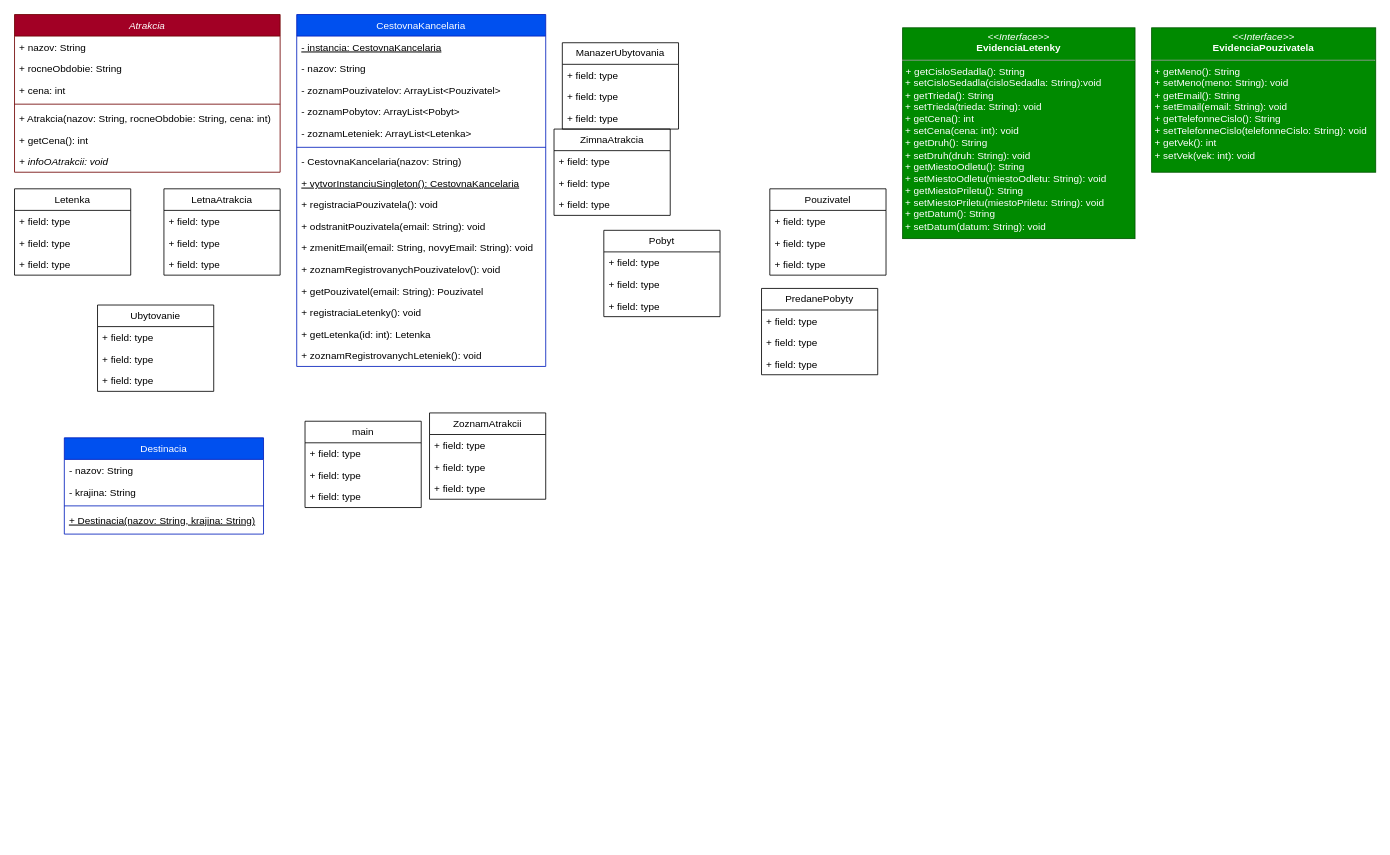
The draw.io diagram src/zadanie/Cestovna_kancelaria.drawio in Marek243-sk/ZadanieANIS2, before the edit. Source tidied: cells renumbered, new cells numbered last; positions are measured from the earlier drawing's top-left corner, leaving out a move shared by most shapes. Both pictures are drawn from the tidied source at 83%, with x=0, y=0 at pixel (14, 14).
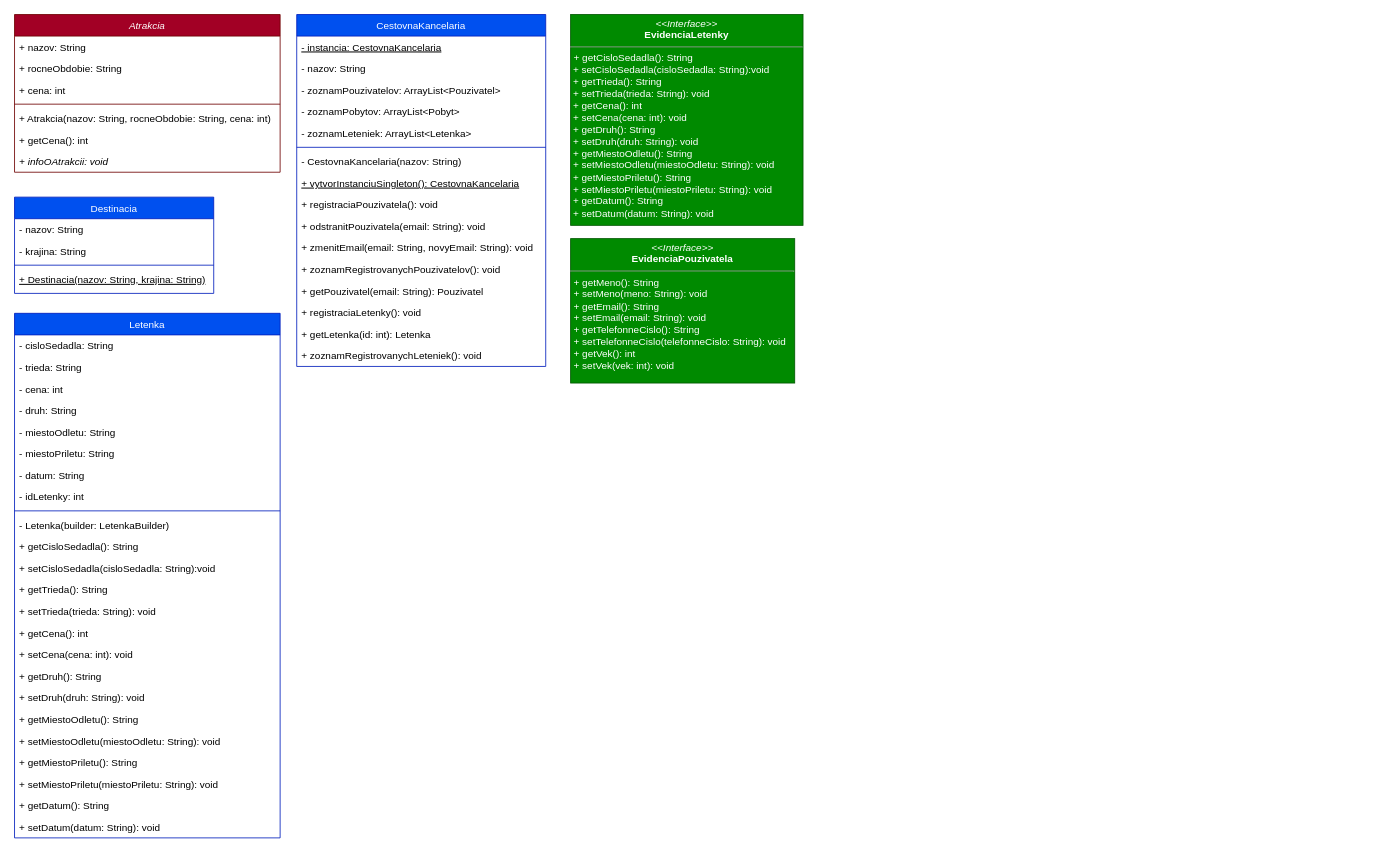
The same page after the edit.

Diff of the diagram source:
```diff
@@
     <mxCell id="10" value="Destinacia" style="swimlane;fontStyle=0;align=center;verticalAlign=top;horizontal=1;startSize=26;rounded=0;shadow=0;strokeWidth=1;fillColor=#0050ef;fontColor=#ffffff;strokeColor=#001DBC;" parent="1" vertex="1">
-      <mxGeometry x="60" y="510" width="240" height="116" as="geometry" />
+      <mxGeometry y="220" width="240" height="116" as="geometry" />
     </mxCell>
@@
     <mxCell id="32" value="&lt;p style=&quot;margin:0px;margin-top:4px;text-align:center;&quot;&gt;&lt;i&gt;&amp;lt;&amp;lt;Interface&amp;gt;&amp;gt;&lt;/i&gt;&lt;br&gt;&lt;b&gt;EvidenciaPouzivatela&lt;/b&gt;&lt;/p&gt;&lt;hr size=&quot;1&quot;&gt;&lt;p style=&quot;margin:0px;margin-left:4px;&quot;&gt;+ getMeno(): String&lt;br&gt;+ setMeno(meno: String): void&lt;/p&gt;&lt;p style=&quot;margin:0px;margin-left:4px;&quot;&gt;+ getEmail(): String&lt;/p&gt;&lt;p style=&quot;margin:0px;margin-left:4px;&quot;&gt;+ setEmail(email: String): void&lt;/p&gt;&lt;p style=&quot;margin:0px;margin-left:4px;&quot;&gt;+ getTelefonneCislo(): String&lt;/p&gt;&lt;p style=&quot;margin:0px;margin-left:4px;&quot;&gt;+ setTelefonneCislo(telefonneCislo: String): void&lt;/p&gt;&lt;p style=&quot;margin:0px;margin-left:4px;&quot;&gt;+ getVek(): int&lt;/p&gt;&lt;p style=&quot;margin:0px;margin-left:4px;&quot;&gt;+ setVek(vek: int): void&lt;/p&gt;" style="verticalAlign=top;align=left;overflow=fill;fontSize=12;fontFamily=Helvetica;html=1;whiteSpace=wrap;fillColor=#008a00;fontColor=#ffffff;strokeColor=#005700;" parent="1" vertex="1">
-      <mxGeometry x="1370" y="16" width="270" height="174" as="geometry" />
+      <mxGeometry x="670" y="270" width="270" height="174" as="geometry" />
     </mxCell>
     <mxCell id="33" value="&lt;p style=&quot;margin:0px;margin-top:4px;text-align:center;&quot;&gt;&lt;i&gt;&amp;lt;&amp;lt;Interface&amp;gt;&amp;gt;&lt;/i&gt;&lt;br&gt;&lt;b&gt;EvidenciaLetenky&lt;/b&gt;&lt;/p&gt;&lt;hr size=&quot;1&quot;&gt;&lt;p style=&quot;margin:0px;margin-left:4px;&quot;&gt;&lt;/p&gt;&lt;p style=&quot;margin:0px;margin-left:4px;&quot;&gt;+ getCisloSedadla(): String&lt;br&gt;&lt;/p&gt;&lt;div&gt;&amp;nbsp;+ setCisloSedadla(cisloSedadla: String):void&lt;/div&gt;&lt;div&gt;&amp;nbsp;+ getTrieda(): String&lt;/div&gt;&lt;div&gt;&amp;nbsp;+ setTrieda(trieda: String): void&lt;/div&gt;&lt;div&gt;&amp;nbsp;+ getCena(): int&lt;/div&gt;&lt;div&gt;&amp;nbsp;+ setCena(cena: int): void&lt;/div&gt;&lt;div&gt;&amp;nbsp;+ getDruh(): String&lt;/div&gt;&lt;div&gt;&amp;nbsp;+ setDruh(druh: String): void&lt;/div&gt;&lt;div&gt;&amp;nbsp;+ getMiestoOdletu(): String&lt;/div&gt;&lt;div&gt;&amp;nbsp;+ setMiestoOdletu(miestoOdletu: String): void&lt;/div&gt;&lt;div&gt;&amp;nbsp;+ getMiestoPriletu(): String&lt;/div&gt;&lt;div&gt;&amp;nbsp;+ setMiestoPriletu(miestoPriletu: String): void&lt;/div&gt;&lt;div&gt;&amp;nbsp;+ getDatum(): String&lt;/div&gt;&lt;div&gt;&amp;nbsp;+ setDatum(datum: String): void&lt;/div&gt;" style="verticalAlign=top;align=left;overflow=fill;fontSize=12;fontFamily=Helvetica;html=1;whiteSpace=wrap;fillColor=#008a00;fontColor=#ffffff;strokeColor=#005700;" parent="1" vertex="1">
-      <mxGeometry x="1070" y="16" width="280" height="254" as="geometry" />
+      <mxGeometry x="670" width="280" height="254" as="geometry" />
     </mxCell>
-    <mxCell id="34" value="Letenka" style="swimlane;fontStyle=0;horizontal=1;startSize=26;fillColor=none;whiteSpace=wrap;html=1;" parent="1" vertex="1">
-      <mxGeometry y="210" width="140" height="104" as="geometry" />
+    <mxCell id="34" value="Letenka" style="swimlane;fontStyle=0;align=center;verticalAlign=top;horizontal=1;startSize=26;rounded=0;shadow=0;strokeWidth=1;fillColor=#0050ef;fontColor=#ffffff;strokeColor=#001DBC;" parent="1" vertex="1">
+      <mxGeometry y="360" width="320" height="632" as="geometry" />
     </mxCell>
-    <mxCell id="35" value="+ field: type" style="text;strokeColor=none;fillColor=none;align=left;verticalAlign=top;spacingLeft=4;spacingRight=4;overflow=hidden;whiteSpace=wrap;html=1;" parent="34" vertex="1">
-      <mxGeometry y="26" width="140" height="26" as="geometry" />
-    </mxCell>
-    <mxCell id="36" value="+ field: type" style="text;strokeColor=none;fillColor=none;align=left;verticalAlign=top;spacingLeft=4;spacingRight=4;overflow=hidden;whiteSpace=wrap;html=1;" parent="34" vertex="1">
-      <mxGeometry y="52" width="140" height="26" as="geometry" />
-    </mxCell>
-    <mxCell id="37" value="+ field: type" style="text;strokeColor=none;fillColor=none;align=left;verticalAlign=top;spacingLeft=4;spacingRight=4;overflow=hidden;whiteSpace=wrap;html=1;" parent="34" vertex="1">
-      <mxGeometry y="78" width="140" height="26" as="geometry" />
-    </mxCell>
-    <mxCell id="38" value="LetnaAtrakcia" style="swimlane;fontStyle=0;horizontal=1;startSize=26;fillColor=none;whiteSpace=wrap;html=1;" parent="1" vertex="1">
-      <mxGeometry x="180" y="210" width="140" height="104" as="geometry" />
-    </mxCell>
-    <mxCell id="39" value="+ field: type" style="text;strokeColor=none;fillColor=none;align=left;verticalAlign=top;spacingLeft=4;spacingRight=4;overflow=hidden;whiteSpace=wrap;html=1;" parent="38" vertex="1">
-      <mxGeometry y="26" width="140" height="26" as="geometry" />
-    </mxCell>
-    <mxCell id="40" value="+ field: type" style="text;strokeColor=none;fillColor=none;align=left;verticalAlign=top;spacingLeft=4;spacingRight=4;overflow=hidden;whiteSpace=wrap;html=1;" parent="38" vertex="1">
-      <mxGeometry y="52" width="140" height="26" as="geometry" />
-    </mxCell>
-    <mxCell id="41" value="+ field: type" style="text;strokeColor=none;fillColor=none;align=left;verticalAlign=top;spacingLeft=4;spacingRight=4;overflow=hidden;whiteSpace=wrap;html=1;" parent="38" vertex="1">
-      <mxGeometry y="78" width="140" height="26" as="geometry" />
-    </mxCell>
-    <mxCell id="42" value="ZimnaAtrakcia" style="swimlane;fontStyle=0;horizontal=1;startSize=26;fillColor=none;whiteSpace=wrap;html=1;" parent="1" vertex="1">
-      <mxGeometry x="650" y="138" width="140" height="104" as="geometry" />
-    </mxCell>
-    <mxCell id="43" value="+ field: type" style="text;strokeColor=none;fillColor=none;align=left;verticalAlign=top;spacingLeft=4;spacingRight=4;overflow=hidden;whiteSpace=wrap;html=1;" parent="42" vertex="1">
-      <mxGeometry y="26" width="140" height="26" as="geometry" />
-    </mxCell>
-    <mxCell id="44" value="+ field: type" style="text;strokeColor=none;fillColor=none;align=left;verticalAlign=top;spacingLeft=4;spacingRight=4;overflow=hidden;whiteSpace=wrap;html=1;" parent="42" vertex="1">
-      <mxGeometry y="52" width="140" height="26" as="geometry" />
-    </mxCell>
-    <mxCell id="45" value="+ field: type" style="text;strokeColor=none;fillColor=none;align=left;verticalAlign=top;spacingLeft=4;spacingRight=4;overflow=hidden;whiteSpace=wrap;html=1;" parent="42" vertex="1">
-      <mxGeometry y="78" width="140" height="26" as="geometry" />
-    </mxCell>
-    <mxCell id="46" value="ManazerUbytovania" style="swimlane;fontStyle=0;horizontal=1;startSize=26;fillColor=none;whiteSpace=wrap;html=1;" parent="1" vertex="1">
-      <mxGeometry x="660" y="34" width="140" height="104" as="geometry" />
-    </mxCell>
-    <mxCell id="47" value="+ field: type" style="text;strokeColor=none;fillColor=none;align=left;verticalAlign=top;spacingLeft=4;spacingRight=4;overflow=hidden;whiteSpace=wrap;html=1;" parent="46" vertex="1">
-      <mxGeometry y="26" width="140" height="26" as="geometry" />
-    </mxCell>
-    <mxCell id="48" value="+ field: type" style="text;strokeColor=none;fillColor=none;align=left;verticalAlign=top;spacingLeft=4;spacingRight=4;overflow=hidden;whiteSpace=wrap;html=1;" parent="46" vertex="1">
-      <mxGeometry y="52" width="140" height="26" as="geometry" />
-    </mxCell>
-    <mxCell id="49" value="+ field: type" style="text;strokeColor=none;fillColor=none;align=left;verticalAlign=top;spacingLeft=4;spacingRight=4;overflow=hidden;whiteSpace=wrap;html=1;" parent="46" vertex="1">
-      <mxGeometry y="78" width="140" height="26" as="geometry" />
-    </mxCell>
-    <mxCell id="50" value="Pobyt" style="swimlane;fontStyle=0;horizontal=1;startSize=26;fillColor=none;whiteSpace=wrap;html=1;" parent="1" vertex="1">
-      <mxGeometry x="710" y="260" width="140" height="104" as="geometry" />
-    </mxCell>
-    <mxCell id="51" value="+ field: type" style="text;strokeColor=none;fillColor=none;align=left;verticalAlign=top;spacingLeft=4;spacingRight=4;overflow=hidden;whiteSpace=wrap;html=1;" parent="50" vertex="1">
-      <mxGeometry y="26" width="140" height="26" as="geometry" />
-    </mxCell>
-    <mxCell id="52" value="+ field: type" style="text;strokeColor=none;fillColor=none;align=left;verticalAlign=top;spacingLeft=4;spacingRight=4;overflow=hidden;whiteSpace=wrap;html=1;" parent="50" vertex="1">
-      <mxGeometry y="52" width="140" height="26" as="geometry" />
-    </mxCell>
-    <mxCell id="53" value="+ field: type" style="text;strokeColor=none;fillColor=none;align=left;verticalAlign=top;spacingLeft=4;spacingRight=4;overflow=hidden;whiteSpace=wrap;html=1;" parent="50" vertex="1">
-      <mxGeometry y="78" width="140" height="26" as="geometry" />
-    </mxCell>
-    <mxCell id="54" value="Pouzivatel" style="swimlane;fontStyle=0;horizontal=1;startSize=26;fillColor=none;whiteSpace=wrap;html=1;" parent="1" vertex="1">
-      <mxGeometry x="910" y="210" width="140" height="104" as="geometry" />
-    </mxCell>
-    <mxCell id="55" value="+ field: type" style="text;strokeColor=none;fillColor=none;align=left;verticalAlign=top;spacingLeft=4;spacingRight=4;overflow=hidden;whiteSpace=wrap;html=1;" parent="54" vertex="1">
-      <mxGeometry y="26" width="140" height="26" as="geometry" />
-    </mxCell>
-    <mxCell id="56" value="+ field: type" style="text;strokeColor=none;fillColor=none;align=left;verticalAlign=top;spacingLeft=4;spacingRight=4;overflow=hidden;whiteSpace=wrap;html=1;" parent="54" vertex="1">
-      <mxGeometry y="52" width="140" height="26" as="geometry" />
-    </mxCell>
-    <mxCell id="57" value="+ field: type" style="text;strokeColor=none;fillColor=none;align=left;verticalAlign=top;spacingLeft=4;spacingRight=4;overflow=hidden;whiteSpace=wrap;html=1;" parent="54" vertex="1">
-      <mxGeometry y="78" width="140" height="26" as="geometry" />
-    </mxCell>
-    <mxCell id="58" value="PredanePobyty" style="swimlane;fontStyle=0;horizontal=1;startSize=26;fillColor=none;whiteSpace=wrap;html=1;" parent="1" vertex="1">
-      <mxGeometry x="900" y="330" width="140" height="104" as="geometry" />
-    </mxCell>
-    <mxCell id="59" value="+ field: type" style="text;strokeColor=none;fillColor=none;align=left;verticalAlign=top;spacingLeft=4;spacingRight=4;overflow=hidden;whiteSpace=wrap;html=1;" parent="58" vertex="1">
-      <mxGeometry y="26" width="140" height="26" as="geometry" />
-    </mxCell>
-    <mxCell id="60" value="+ field: type" style="text;strokeColor=none;fillColor=none;align=left;verticalAlign=top;spacingLeft=4;spacingRight=4;overflow=hidden;whiteSpace=wrap;html=1;" parent="58" vertex="1">
-      <mxGeometry y="52" width="140" height="26" as="geometry" />
-    </mxCell>
-    <mxCell id="61" value="+ field: type" style="text;strokeColor=none;fillColor=none;align=left;verticalAlign=top;spacingLeft=4;spacingRight=4;overflow=hidden;whiteSpace=wrap;html=1;" parent="58" vertex="1">
-      <mxGeometry y="78" width="140" height="26" as="geometry" />
-    </mxCell>
-    <mxCell id="62" value="Ubytovanie" style="swimlane;fontStyle=0;horizontal=1;startSize=26;fillColor=none;whiteSpace=wrap;html=1;" parent="1" vertex="1">
-      <mxGeometry x="100" y="350" width="140" height="104" as="geometry" />
-    </mxCell>
-    <mxCell id="63" value="+ field: type" style="text;strokeColor=none;fillColor=none;align=left;verticalAlign=top;spacingLeft=4;spacingRight=4;overflow=hidden;whiteSpace=wrap;html=1;" parent="62" vertex="1">
-      <mxGeometry y="26" width="140" height="26" as="geometry" />
-    </mxCell>
-    <mxCell id="64" value="+ field: type" style="text;strokeColor=none;fillColor=none;align=left;verticalAlign=top;spacingLeft=4;spacingRight=4;overflow=hidden;whiteSpace=wrap;html=1;" parent="62" vertex="1">
-      <mxGeometry y="52" width="140" height="26" as="geometry" />
-    </mxCell>
-    <mxCell id="65" value="+ field: type" style="text;strokeColor=none;fillColor=none;align=left;verticalAlign=top;spacingLeft=4;spacingRight=4;overflow=hidden;whiteSpace=wrap;html=1;" parent="62" vertex="1">
-      <mxGeometry y="78" width="140" height="26" as="geometry" />
-    </mxCell>
-    <mxCell id="66" value="ZoznamAtrakcii" style="swimlane;fontStyle=0;horizontal=1;startSize=26;fillColor=none;whiteSpace=wrap;html=1;" parent="1" vertex="1">
-      <mxGeometry x="500" y="480" width="140" height="104" as="geometry" />
-    </mxCell>
-    <mxCell id="67" value="+ field: type" style="text;strokeColor=none;fillColor=none;align=left;verticalAlign=top;spacingLeft=4;spacingRight=4;overflow=hidden;whiteSpace=wrap;html=1;" parent="66" vertex="1">
-      <mxGeometry y="26" width="140" height="26" as="geometry" />
-    </mxCell>
-    <mxCell id="68" value="+ field: type" style="text;strokeColor=none;fillColor=none;align=left;verticalAlign=top;spacingLeft=4;spacingRight=4;overflow=hidden;whiteSpace=wrap;html=1;" parent="66" vertex="1">
-      <mxGeometry y="52" width="140" height="26" as="geometry" />
-    </mxCell>
-    <mxCell id="69" value="+ field: type" style="text;strokeColor=none;fillColor=none;align=left;verticalAlign=top;spacingLeft=4;spacingRight=4;overflow=hidden;whiteSpace=wrap;html=1;" parent="66" vertex="1">
-      <mxGeometry y="78" width="140" height="26" as="geometry" />
-    </mxCell>
-    <mxCell id="70" value="main" style="swimlane;fontStyle=0;horizontal=1;startSize=26;fillColor=none;whiteSpace=wrap;html=1;" parent="1" vertex="1">
-      <mxGeometry x="350" y="490" width="140" height="104" as="geometry" />
-    </mxCell>
-    <mxCell id="71" value="+ field: type" style="text;strokeColor=none;fillColor=none;align=left;verticalAlign=top;spacingLeft=4;spacingRight=4;overflow=hidden;whiteSpace=wrap;html=1;" parent="70" vertex="1">
-      <mxGeometry y="26" width="140" height="26" as="geometry" />
-    </mxCell>
-    <mxCell id="72" value="+ field: type" style="text;strokeColor=none;fillColor=none;align=left;verticalAlign=top;spacingLeft=4;spacingRight=4;overflow=hidden;whiteSpace=wrap;html=1;" parent="70" vertex="1">
-      <mxGeometry y="52" width="140" height="26" as="geometry" />
-    </mxCell>
-    <mxCell id="73" value="+ field: type" style="text;strokeColor=none;fillColor=none;align=left;verticalAlign=top;spacingLeft=4;spacingRight=4;overflow=hidden;whiteSpace=wrap;html=1;" parent="70" vertex="1">
-      <mxGeometry y="78" width="140" height="26" as="geometry" />
-    </mxCell>
+    <mxCell id="74" value="- cisloSedadla: String" style="text;align=left;verticalAlign=top;spacingLeft=4;spacingRight=4;overflow=hidden;" parent="34" vertex="1">
+      <mxGeometry y="26" width="320" height="26" as="geometry" />
+    </mxCell>
+    <mxCell id="75" value="- trieda: String" style="text;align=left;verticalAlign=top;spacingLeft=4;spacingRight=4;overflow=hidden;rounded=0;shadow=0;html=0;" parent="34" vertex="1">
+      <mxGeometry y="52" width="320" height="26" as="geometry" />
+    </mxCell>
+    <mxCell id="76" value="- cena: int" style="text;align=left;verticalAlign=top;spacingLeft=4;spacingRight=4;overflow=hidden;rounded=0;shadow=0;html=0;" parent="34" vertex="1">
+      <mxGeometry y="78" width="320" height="26" as="geometry" />
+    </mxCell>
+    <mxCell id="77" value="- druh: String" style="text;align=left;verticalAlign=top;spacingLeft=4;spacingRight=4;overflow=hidden;rounded=0;shadow=0;html=0;" parent="34" vertex="1">
+      <mxGeometry y="104" width="320" height="26" as="geometry" />
+    </mxCell>
+    <mxCell id="78" value="- miestoOdletu: String" style="text;align=left;verticalAlign=top;spacingLeft=4;spacingRight=4;overflow=hidden;rounded=0;shadow=0;html=0;" parent="34" vertex="1">
+      <mxGeometry y="130" width="320" height="26" as="geometry" />
+    </mxCell>
+    <mxCell id="79" value="- miestoPriletu: String" style="text;align=left;verticalAlign=top;spacingLeft=4;spacingRight=4;overflow=hidden;rounded=0;shadow=0;html=0;" parent="34" vertex="1">
+      <mxGeometry y="156" width="320" height="26" as="geometry" />
+    </mxCell>
+    <mxCell id="80" value="- datum: String" style="text;align=left;verticalAlign=top;spacingLeft=4;spacingRight=4;overflow=hidden;rounded=0;shadow=0;html=0;" parent="34" vertex="1">
+      <mxGeometry y="182" width="320" height="26" as="geometry" />
+    </mxCell>
+    <mxCell id="81" value="- idLetenky: int" style="text;align=left;verticalAlign=top;spacingLeft=4;spacingRight=4;overflow=hidden;rounded=0;shadow=0;html=0;" parent="34" vertex="1">
+      <mxGeometry y="208" width="320" height="26" as="geometry" />
+    </mxCell>
+    <mxCell id="82" style="line;html=1;strokeWidth=1;align=left;verticalAlign=middle;spacingTop=-1;spacingLeft=3;spacingRight=3;labelPosition=right;fillColor=#0050ef;fontColor=#ffffff;strokeColor=#001DBC;" parent="34" vertex="1">
+      <mxGeometry y="234" width="320" height="8" as="geometry" />
+    </mxCell>
+    <mxCell id="83" value="- Letenka(builder: LetenkaBuilder)" style="text;align=left;verticalAlign=top;spacingLeft=4;spacingRight=4;overflow=hidden;fontStyle=0;" parent="34" vertex="1">
+      <mxGeometry y="242" width="320" height="26" as="geometry" />
+    </mxCell>
+    <mxCell id="84" value="+ getCisloSedadla(): String" style="text;align=left;verticalAlign=top;spacingLeft=4;spacingRight=4;overflow=hidden;fontStyle=0;" parent="34" vertex="1">
+      <mxGeometry y="268" width="320" height="26" as="geometry" />
+    </mxCell>
+    <mxCell id="85" value="+ setCisloSedadla(cisloSedadla: String):void&#10;" style="text;align=left;verticalAlign=top;spacingLeft=4;spacingRight=4;overflow=hidden;fontStyle=0;" parent="34" vertex="1">
+      <mxGeometry y="294" width="320" height="26" as="geometry" />
+    </mxCell>
+    <mxCell id="86" value="+ getTrieda(): String" style="text;align=left;verticalAlign=top;spacingLeft=4;spacingRight=4;overflow=hidden;fontStyle=0;" parent="34" vertex="1">
+      <mxGeometry y="320" width="320" height="26" as="geometry" />
+    </mxCell>
+    <mxCell id="87" value="+ setTrieda(trieda: String): void" style="text;align=left;verticalAlign=top;spacingLeft=4;spacingRight=4;overflow=hidden;fontStyle=0;" parent="34" vertex="1">
+      <mxGeometry y="346" width="320" height="26" as="geometry" />
+    </mxCell>
+    <mxCell id="88" value="+ getCena(): int" style="text;align=left;verticalAlign=top;spacingLeft=4;spacingRight=4;overflow=hidden;fontStyle=0;" parent="34" vertex="1">
+      <mxGeometry y="372" width="320" height="26" as="geometry" />
+    </mxCell>
+    <mxCell id="89" value="+ setCena(cena: int): void" style="text;align=left;verticalAlign=top;spacingLeft=4;spacingRight=4;overflow=hidden;fontStyle=0;" parent="34" vertex="1">
+      <mxGeometry y="398" width="320" height="26" as="geometry" />
+    </mxCell>
+    <mxCell id="90" value="+ getDruh(): String" style="text;align=left;verticalAlign=top;spacingLeft=4;spacingRight=4;overflow=hidden;fontStyle=0;" parent="34" vertex="1">
+      <mxGeometry y="424" width="320" height="26" as="geometry" />
+    </mxCell>
+    <mxCell id="91" value="+ setDruh(druh: String): void" style="text;align=left;verticalAlign=top;spacingLeft=4;spacingRight=4;overflow=hidden;fontStyle=0;" parent="34" vertex="1">
+      <mxGeometry y="450" width="320" height="26" as="geometry" />
+    </mxCell>
+    <mxCell id="92" value="+ getMiestoOdletu(): String" style="text;align=left;verticalAlign=top;spacingLeft=4;spacingRight=4;overflow=hidden;fontStyle=0;" parent="34" vertex="1">
+      <mxGeometry y="476" width="320" height="26" as="geometry" />
+    </mxCell>
+    <mxCell id="93" value="+ setMiestoOdletu(miestoOdletu: String): void" style="text;align=left;verticalAlign=top;spacingLeft=4;spacingRight=4;overflow=hidden;fontStyle=0;" parent="34" vertex="1">
+      <mxGeometry y="502" width="320" height="26" as="geometry" />
+    </mxCell>
+    <mxCell id="94" value="+ getMiestoPriletu(): String" style="text;align=left;verticalAlign=top;spacingLeft=4;spacingRight=4;overflow=hidden;fontStyle=0;" parent="34" vertex="1">
+      <mxGeometry y="528" width="320" height="26" as="geometry" />
+    </mxCell>
+    <mxCell id="95" value="+ setMiestoPriletu(miestoPriletu: String): void" style="text;align=left;verticalAlign=top;spacingLeft=4;spacingRight=4;overflow=hidden;fontStyle=0;" parent="34" vertex="1">
+      <mxGeometry y="554" width="320" height="26" as="geometry" />
+    </mxCell>
+    <mxCell id="96" value="+ getDatum(): String" style="text;align=left;verticalAlign=top;spacingLeft=4;spacingRight=4;overflow=hidden;fontStyle=0;" parent="34" vertex="1">
+      <mxGeometry y="580" width="320" height="26" as="geometry" />
+    </mxCell>
+    <mxCell id="97" value="+ setDatum(datum: String): void" style="text;align=left;verticalAlign=top;spacingLeft=4;spacingRight=4;overflow=hidden;fontStyle=0;" parent="34" vertex="1">
+      <mxGeometry y="606" width="320" height="26" as="geometry" />
+    </mxCell>
```
